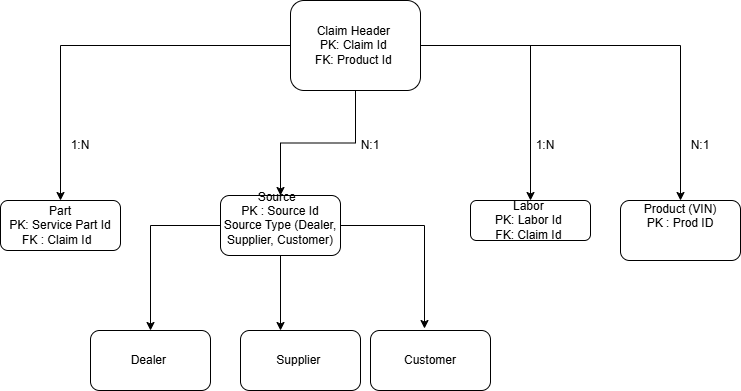
Before: Claim Data Model_Logical.drawio.png, a diagram exported from draw.io (Mouparna-commit/Sql). Source tidied: cells renumbered, new cells last; positions are measured from the earlier drawing's top-left corner, leaving out a move shared by most shapes.
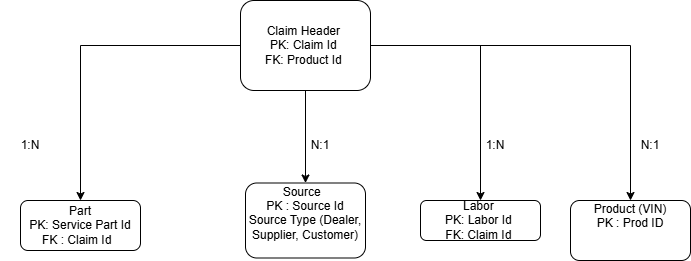
After the change.

Change to the diagram source:
```diff
@@ -18,7 +18,7 @@
       <mxGeometry x="290" width="130" height="90" as="geometry" />
     </mxCell>
     <mxCell id="7" value="Part&lt;div&gt;PK: Service Part Id&lt;/div&gt;&lt;div&gt;FK : Claim Id&amp;nbsp;&amp;nbsp;&lt;/div&gt;" style="whiteSpace=wrap;html=1;rounded=1;" parent="1" vertex="1">
-      <mxGeometry y="200" width="120" height="50" as="geometry" />
+      <mxGeometry x="70" y="200" width="120" height="50" as="geometry" />
     </mxCell>
     <mxCell id="8" value="1:N" style="text;html=1;whiteSpace=wrap;strokeColor=none;fillColor=none;align=center;verticalAlign=middle;rounded=0;" parent="1" vertex="1">
       <mxGeometry x="50" y="130" width="60" height="30" as="geometry" />
@@ -26,19 +26,8 @@
     <mxCell id="9" value="1:N" style="text;html=1;whiteSpace=wrap;strokeColor=none;fillColor=none;align=center;verticalAlign=middle;rounded=0;" parent="1" vertex="1">
       <mxGeometry x="515" y="130" width="60" height="30" as="geometry" />
     </mxCell>
-    <mxCell id="10" style="edgeStyle=orthogonalEdgeStyle;rounded=0;jettySize=auto;html=1;" parent="1" edge="1" source="12" target="15">
-      <mxGeometry relative="1" as="geometry" />
-    </mxCell>
-    <mxCell id="11" style="edgeStyle=orthogonalEdgeStyle;rounded=0;jettySize=auto;html=1;" parent="1" edge="1" source="12" target="16">
-      <mxGeometry relative="1" as="geometry">
-        <Array as="points">
-          <mxPoint x="340" y="330" />
-          <mxPoint x="340" y="330" />
-        </Array>
-      </mxGeometry>
-    </mxCell>
     <mxCell id="12" value="Source&amp;nbsp;&amp;nbsp;&lt;br&gt;PK : Source Id&lt;div&gt;Source Type (Dealer, Supplier, Customer)&lt;br&gt;&lt;div&gt;&lt;br&gt;&lt;/div&gt;&lt;/div&gt;" style="rounded=1;whiteSpace=wrap;html=1;" parent="1" vertex="1">
-      <mxGeometry x="220" y="195" width="120" height="60" as="geometry" />
+      <mxGeometry x="295" y="182.5" width="120" height="75" as="geometry" />
     </mxCell>
     <mxCell id="13" value="N:1" style="text;html=1;whiteSpace=wrap;strokeColor=none;fillColor=none;align=center;verticalAlign=middle;rounded=0;" parent="1" vertex="1">
       <mxGeometry x="340" y="130" width="60" height="30" as="geometry" />
@@ -46,23 +35,11 @@
     <mxCell id="14" value="Product (VIN)&lt;div&gt;PK : Prod ID&lt;br&gt;&lt;br&gt;&lt;/div&gt;&lt;div&gt;&lt;br&gt;&lt;/div&gt;" style="whiteSpace=wrap;html=1;rounded=1;" parent="1" vertex="1">
       <mxGeometry x="620" y="200" width="120" height="60" as="geometry" />
     </mxCell>
-    <mxCell id="15" value="Dealer&amp;nbsp;" style="whiteSpace=wrap;html=1;rounded=1;" parent="1" vertex="1">
-      <mxGeometry x="90" y="330" width="120" height="60" as="geometry" />
-    </mxCell>
-    <mxCell id="16" value="Supplier&amp;nbsp;" style="whiteSpace=wrap;html=1;rounded=1;" parent="1" vertex="1">
-      <mxGeometry x="240" y="330" width="120" height="60" as="geometry" />
-    </mxCell>
     <mxCell id="17" value="Labor&amp;nbsp;&lt;br&gt;PK: Labor Id&amp;nbsp;&lt;div&gt;FK: Claim Id&amp;nbsp;&lt;/div&gt;" style="whiteSpace=wrap;html=1;rounded=1;" parent="1" vertex="1">
       <mxGeometry x="470" y="200" width="120" height="40" as="geometry" />
     </mxCell>
-    <mxCell id="18" value="Customer" style="whiteSpace=wrap;html=1;rounded=1;" parent="1" vertex="1">
-      <mxGeometry x="370" y="330" width="120" height="60" as="geometry" />
-    </mxCell>
     <mxCell id="19" value="N:1" style="text;html=1;whiteSpace=wrap;strokeColor=none;fillColor=none;align=center;verticalAlign=middle;rounded=0;" parent="1" vertex="1">
       <mxGeometry x="680" y="130" width="40" height="30" as="geometry" />
     </mxCell>
-    <mxCell id="20" style="edgeStyle=orthogonalEdgeStyle;rounded=0;jettySize=auto;html=1;entryX=0.45;entryY=-0.033;entryDx=0;entryDy=0;entryPerimeter=0;" parent="1" edge="1" source="12" target="18">
-      <mxGeometry relative="1" as="geometry" />
-    </mxCell>
   </root>
 </mxGraphModel>
```
